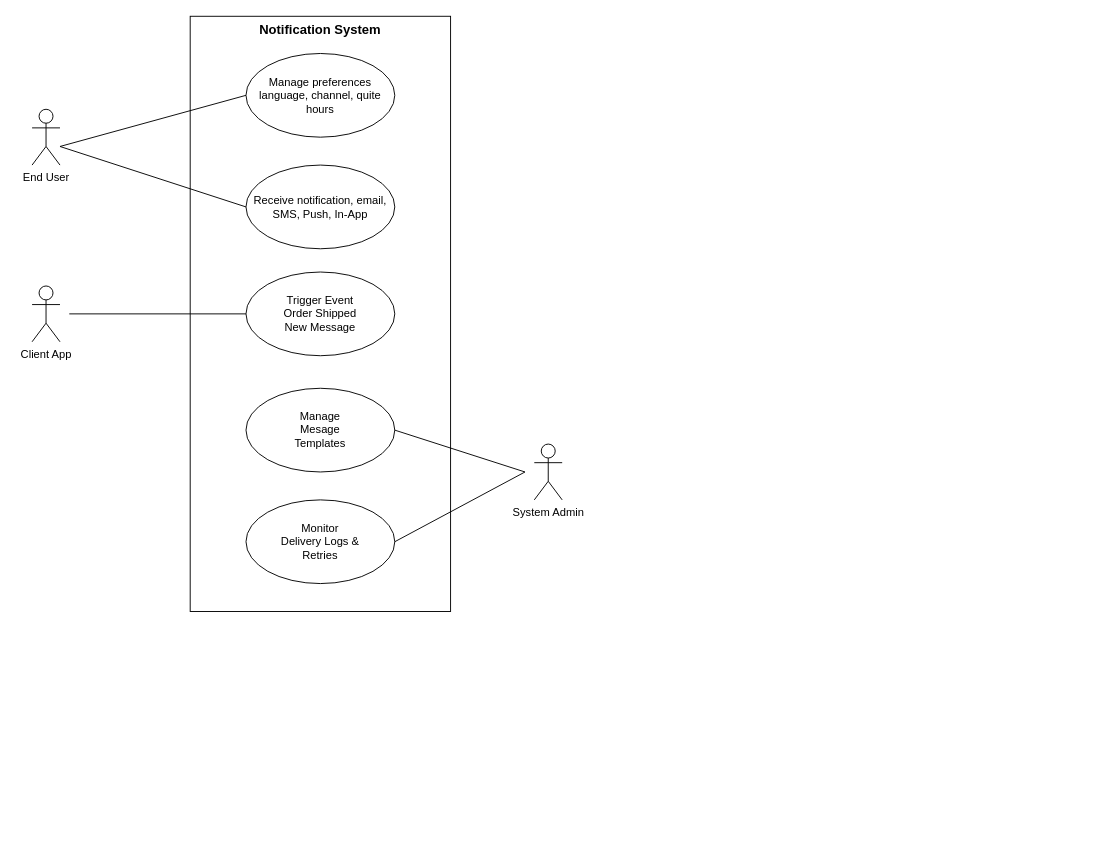
The draw.io diagram AKS/NotificationSystem.drawio in tyk1hc/drawio, before the edit. Source tidied: cells renumbered, new cells numbered last; positions are measured from the earlier drawing's top-left corner, leaving out a move shared by most shapes. Both pictures are drawn from the tidied source at 93%, with x=0, y=0 at pixel (32, 16).
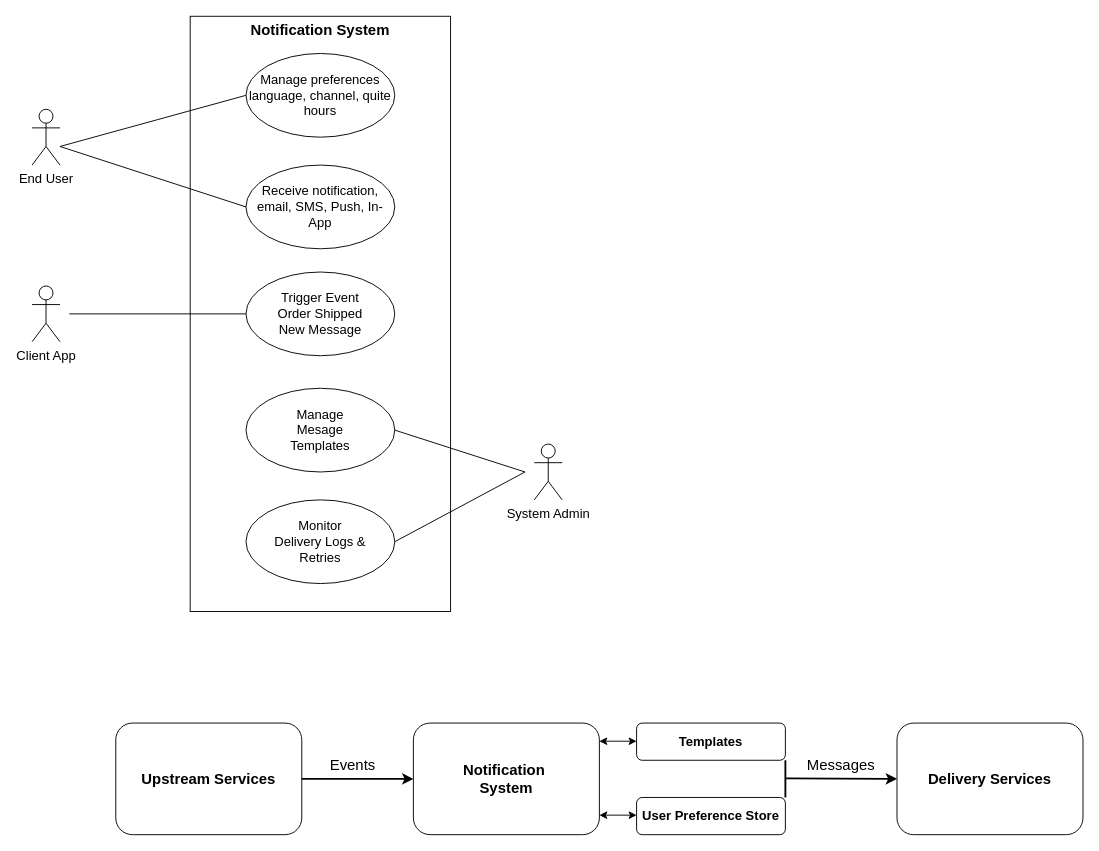
After the change.

Diff of the diagram source:
```diff
@@
-    <mxCell id="3" value="Manage preferences language, channel, quite hours" style="ellipse;whiteSpace=wrap;html=1;" parent="1" vertex="1">
+    <mxCell id="3" value="&lt;font style=&quot;font-size: 14px;&quot;&gt;Manage preferences language, channel, quite hours&lt;/font&gt;" style="ellipse;whiteSpace=wrap;html=1;" parent="1" vertex="1">
       <mxGeometry x="230" y="40" width="160" height="90" as="geometry" />
     </mxCell>
-    <mxCell id="4" value="&lt;b&gt;&lt;font style=&quot;font-size: 14px;&quot;&gt;Notification System&lt;/font&gt;&lt;/b&gt;" style="text;html=1;whiteSpace=wrap;strokeColor=none;fillColor=none;align=center;verticalAlign=middle;rounded=0;" parent="1" vertex="1">
+    <mxCell id="4" value="&lt;b&gt;&lt;font style=&quot;font-size: 16px;&quot;&gt;Notification System&lt;/font&gt;&lt;/b&gt;" style="text;html=1;whiteSpace=wrap;strokeColor=none;fillColor=none;align=center;verticalAlign=middle;rounded=0;fontSize=14;" parent="1" vertex="1">
       <mxGeometry x="210" width="200" height="30" as="geometry" />
     </mxCell>
-    <mxCell id="5" value="Receive notification, email, SMS, Push, In-App" style="ellipse;whiteSpace=wrap;html=1;" parent="1" vertex="1">
+    <mxCell id="5" value="&lt;font style=&quot;font-size: 14px;&quot;&gt;Receive notification, email, SMS, Push, In-App&lt;/font&gt;" style="ellipse;whiteSpace=wrap;html=1;" parent="1" vertex="1">
       <mxGeometry x="230" y="160" width="160" height="90" as="geometry" />
     </mxCell>
-    <mxCell id="6" value="&lt;div&gt;Trigger Event&lt;/div&gt;&lt;div&gt;Order Shipped&lt;/div&gt;&lt;div&gt;New Message&lt;/div&gt;" style="ellipse;whiteSpace=wrap;html=1;" parent="1" vertex="1">
+    <mxCell id="6" value="&lt;div&gt;&lt;font style=&quot;font-size: 14px;&quot;&gt;Trigger Event&lt;/font&gt;&lt;/div&gt;&lt;div&gt;&lt;font style=&quot;font-size: 14px;&quot;&gt;Order Shipped&lt;/font&gt;&lt;/div&gt;&lt;div&gt;&lt;font style=&quot;font-size: 14px;&quot;&gt;New Message&lt;/font&gt;&lt;/div&gt;" style="ellipse;whiteSpace=wrap;html=1;" parent="1" vertex="1">
       <mxGeometry x="230" y="275" width="160" height="90" as="geometry" />
     </mxCell>
-    <mxCell id="7" value="&lt;div&gt;Manage&lt;/div&gt;&lt;div&gt;Mesage&lt;/div&gt;&lt;div&gt;Templates&lt;/div&gt;" style="ellipse;whiteSpace=wrap;html=1;" parent="1" vertex="1">
+    <mxCell id="7" value="&lt;div&gt;&lt;font style=&quot;font-size: 14px;&quot;&gt;Manage&lt;/font&gt;&lt;/div&gt;&lt;div&gt;&lt;font style=&quot;font-size: 14px;&quot;&gt;Mesage&lt;/font&gt;&lt;/div&gt;&lt;div&gt;&lt;font style=&quot;font-size: 14px;&quot;&gt;Templates&lt;/font&gt;&lt;/div&gt;" style="ellipse;whiteSpace=wrap;html=1;" parent="1" vertex="1">
       <mxGeometry x="230" y="400" width="160" height="90" as="geometry" />
     </mxCell>
-    <mxCell id="8" value="&lt;div&gt;Monitor&lt;/div&gt;&lt;div&gt;Delivery Logs &amp;amp;&lt;/div&gt;&lt;div&gt;Retries&lt;/div&gt;" style="ellipse;whiteSpace=wrap;html=1;" parent="1" vertex="1">
+    <mxCell id="8" value="&lt;div&gt;&lt;font style=&quot;font-size: 14px;&quot;&gt;Monitor&lt;/font&gt;&lt;/div&gt;&lt;div&gt;&lt;font style=&quot;font-size: 14px;&quot;&gt;Delivery Logs &amp;amp;&lt;/font&gt;&lt;/div&gt;&lt;div&gt;&lt;font style=&quot;font-size: 14px;&quot;&gt;Retries&lt;/font&gt;&lt;/div&gt;" style="ellipse;whiteSpace=wrap;html=1;" parent="1" vertex="1">
       <mxGeometry x="230" y="520" width="160" height="90" as="geometry" />
     </mxCell>
-    <mxCell id="9" value="End User" style="shape=umlActor;verticalLabelPosition=bottom;verticalAlign=top;html=1;" parent="1" vertex="1">
+    <mxCell id="9" value="End User" style="shape=umlActor;verticalLabelPosition=bottom;verticalAlign=top;html=1;fontSize=14;" parent="1" vertex="1">
       <mxGeometry y="100" width="30" height="60" as="geometry" />
     </mxCell>
-    <mxCell id="10" value="Client App" style="shape=umlActor;verticalLabelPosition=bottom;verticalAlign=top;html=1;" parent="1" vertex="1">
+    <mxCell id="10" value="Client App" style="shape=umlActor;verticalLabelPosition=bottom;verticalAlign=top;html=1;fontSize=14;" parent="1" vertex="1">
       <mxGeometry y="290" width="30" height="60" as="geometry" />
     </mxCell>
-    <mxCell id="11" value="System Admin" style="shape=umlActor;verticalLabelPosition=bottom;verticalAlign=top;html=1;" parent="1" vertex="1">
+    <mxCell id="11" value="System Admin" style="shape=umlActor;verticalLabelPosition=bottom;verticalAlign=top;html=1;fontSize=14;" parent="1" vertex="1">
       <mxGeometry x="540" y="460" width="30" height="60" as="geometry" />
     </mxCell>
@@
+    <mxCell id="17" value="&lt;div align=&quot;center&quot;&gt;&lt;b&gt;&lt;font style=&quot;font-size: 16px;&quot;&gt;Notification&amp;nbsp;&lt;/font&gt;&lt;/b&gt;&lt;/div&gt;&lt;div align=&quot;center&quot;&gt;&lt;b&gt;&lt;font style=&quot;font-size: 16px;&quot;&gt;System&lt;/font&gt;&lt;/b&gt;&lt;/div&gt;" style="rounded=1;whiteSpace=wrap;html=1;roundedPerimeter=1;align=center;" parent="1" vertex="1">
+      <mxGeometry x="410" y="760" width="200" height="120" as="geometry" />
+    </mxCell>
+    <mxCell id="18" value="&lt;font style=&quot;font-size: 14px;&quot;&gt;&lt;b&gt;&lt;font&gt;User Preference Store&lt;/font&gt;&lt;/b&gt;&lt;/font&gt;" style="rounded=1;whiteSpace=wrap;html=1;roundedPerimeter=1;" parent="1" vertex="1">
+      <mxGeometry x="650" y="840" width="160" height="40" as="geometry" />
+    </mxCell>
+    <mxCell id="19" value="&lt;font style=&quot;font-size: 16px;&quot;&gt;&lt;b&gt;Upstream Services&lt;/b&gt;&lt;/font&gt;" style="rounded=1;whiteSpace=wrap;html=1;roundedPerimeter=1;" parent="1" vertex="1">
+      <mxGeometry x="90" y="760" width="200" height="120" as="geometry" />
+    </mxCell>
+    <mxCell id="20" value="&lt;font style=&quot;font-size: 14px;&quot;&gt;&lt;b&gt;&lt;font&gt;Templates&lt;/font&gt;&lt;/b&gt;&lt;/font&gt;" style="rounded=1;whiteSpace=wrap;html=1;roundedPerimeter=1;" parent="1" vertex="1">
+      <mxGeometry x="650" y="760" width="160" height="40" as="geometry" />
+    </mxCell>
+    <mxCell id="21" style="endArrow=classic;startArrow=classic;html=1;rounded=0;defaultLabelBackgroundColor=page;exitX=0.5;exitY=0;exitDx=0;exitDy=0;strokeWidth=1;" parent="1" edge="1">
+      <mxGeometry relative="1" as="geometry">
+        <mxPoint x="610" y="779.5" as="sourcePoint" />
+        <mxPoint x="650" y="779.5" as="targetPoint" />
+      </mxGeometry>
+    </mxCell>
+    <mxCell id="22" style="endArrow=classic;startArrow=classic;html=1;rounded=0;defaultLabelBackgroundColor=page;" parent="1" edge="1">
+      <mxGeometry relative="1" as="geometry">
+        <mxPoint x="650" y="859" as="sourcePoint" />
+        <mxPoint x="610" y="859" as="targetPoint" />
+      </mxGeometry>
+    </mxCell>
+    <mxCell id="23" style="endArrow=classic;html=1;rounded=0;defaultLabelBackgroundColor=page;entryX=0;entryY=0.5;entryDx=0;entryDy=0;strokeWidth=2;exitX=1;exitY=0.5;exitDx=0;exitDy=0;" parent="1" edge="1" source="19" target="17">
+      <mxGeometry relative="1" as="geometry" />
+    </mxCell>
+    <mxCell id="24" value="&lt;font style=&quot;font-size: 16px;&quot;&gt;Events&lt;/font&gt;" style="text;html=1;whiteSpace=wrap;strokeColor=none;fillColor=none;align=center;verticalAlign=middle;rounded=0;" parent="1" vertex="1">
+      <mxGeometry x="315" y="790" width="60" height="30" as="geometry" />
+    </mxCell>
+    <mxCell id="25" value="&lt;font style=&quot;font-size: 16px;&quot;&gt;Messages&lt;/font&gt;" style="text;html=1;whiteSpace=wrap;strokeColor=none;fillColor=none;align=center;verticalAlign=middle;rounded=0;" parent="1" vertex="1">
+      <mxGeometry x="840" y="790" width="60" height="30" as="geometry" />
+    </mxCell>
+    <mxCell id="26" value="&lt;font style=&quot;font-size: 16px;&quot;&gt;&lt;b&gt;Delivery Services&lt;/b&gt;&lt;/font&gt;" style="rounded=1;whiteSpace=wrap;html=1;roundedPerimeter=1;" parent="1" vertex="1">
+      <mxGeometry x="930" y="760" width="200" height="120" as="geometry" />
+    </mxCell>
+    <mxCell id="27" style="endArrow=classic;html=1;rounded=0;defaultLabelBackgroundColor=page;entryX=0;entryY=0.5;entryDx=0;entryDy=0;strokeWidth=2;" parent="1" edge="1" target="26">
+      <mxGeometry relative="1" as="geometry">
+        <mxPoint x="810" y="819.5" as="sourcePoint" />
+      </mxGeometry>
+    </mxCell>
+    <mxCell id="28" style="endArrow=none;html=1;rounded=0;defaultLabelBackgroundColor=page;exitX=1;exitY=0;exitDx=0;exitDy=0;entryX=1;entryY=1;entryDx=0;entryDy=0;strokeWidth=2;" parent="1" edge="1" source="18" target="20">
+      <mxGeometry relative="1" as="geometry" />
+    </mxCell>
```
